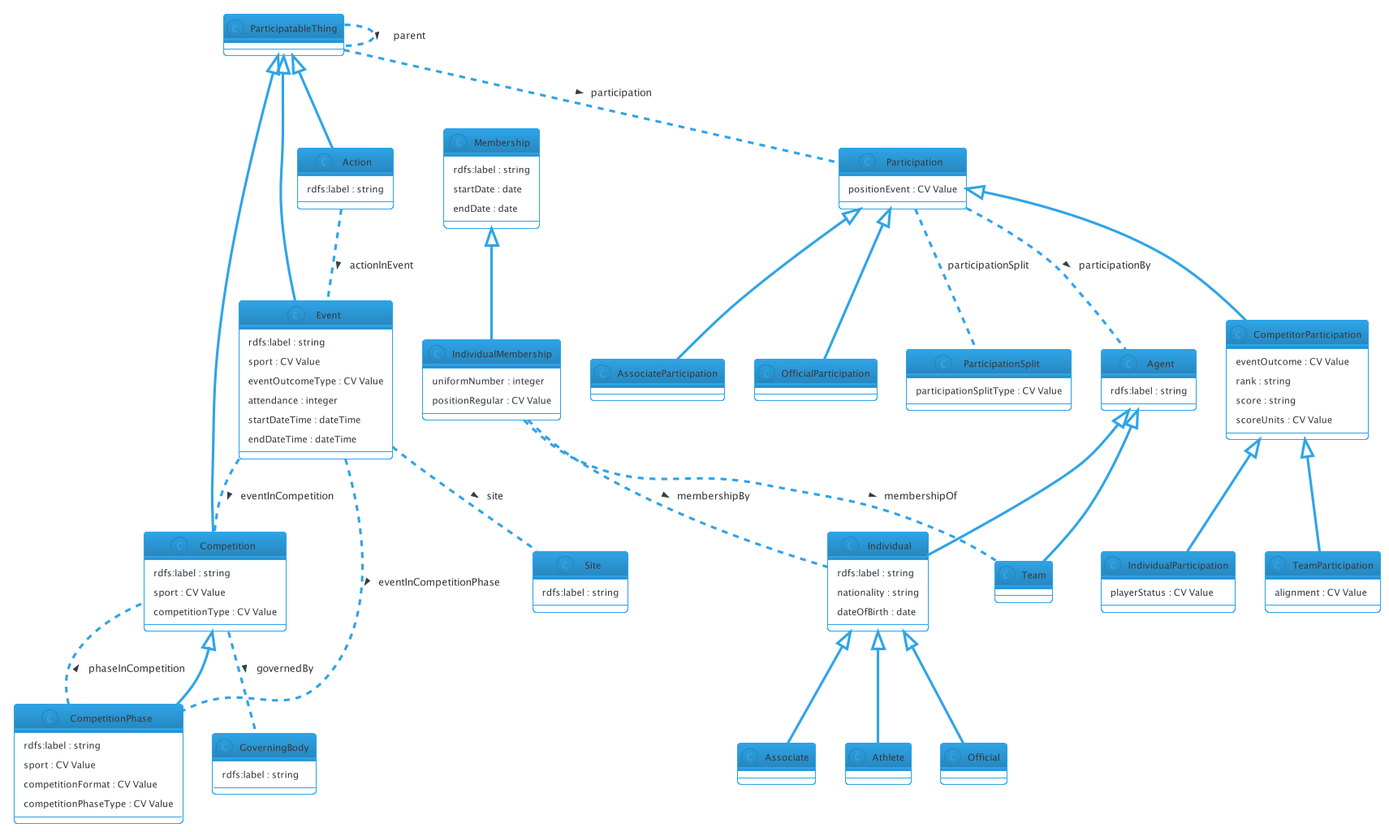
This is docs/diagrams/iptc-sport-model.png from iptc/sport-schema, a PlantUML export, as it was before one commit.
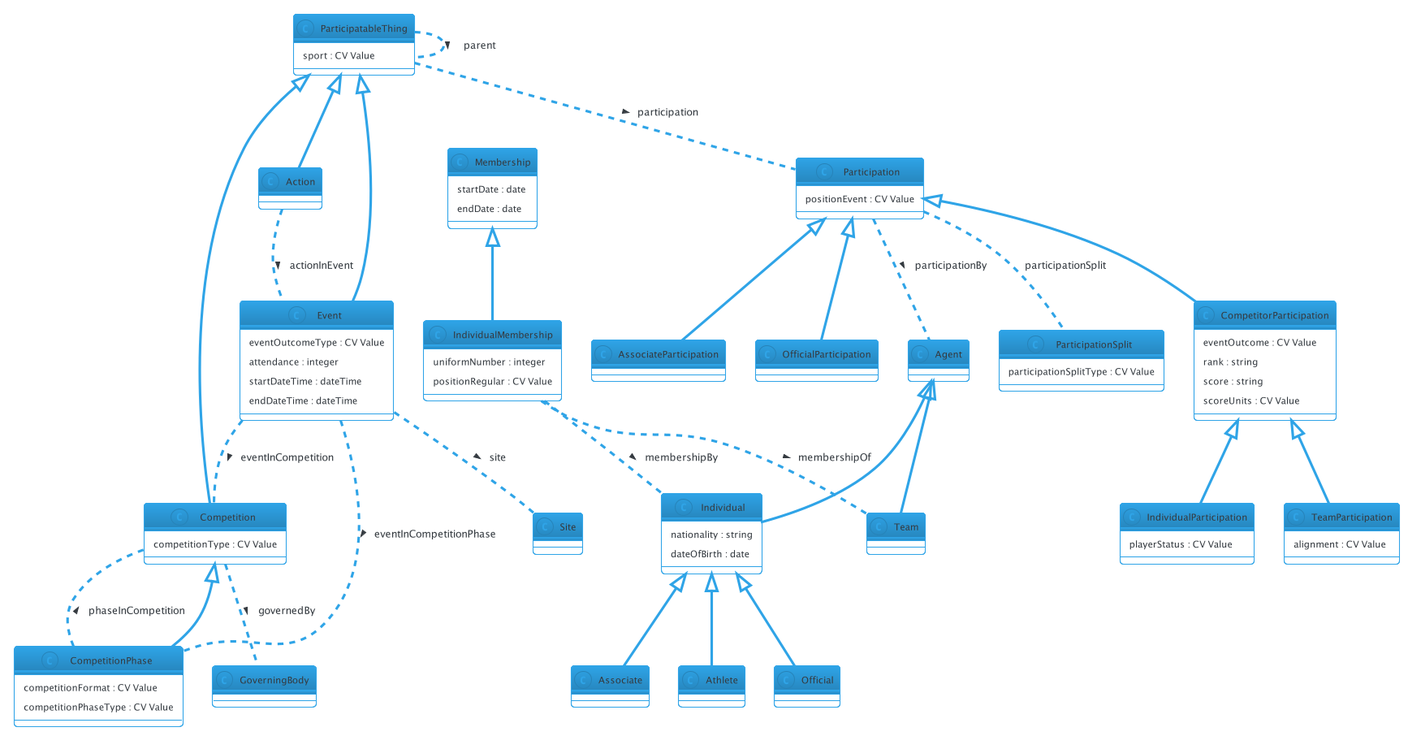
The same diagram one commit later.

Diff of the diagram source:
```diff
@@ -2,27 +2,27 @@
 !theme cerulean-outline
 
 
-class Action {
-  rdfs:label : string
+class ParticipatableThing {
+  sport : CV Value
 }
 
-class Agent {
-  rdfs:label : string
-}
-
-class Associate {
-}
-
-class Athlete {
-}
-
-class ParticipatableThing {
+class Action {
 }
 
 class Competition {
-  rdfs:label : string
-  sport : CV Value
   competitionType : CV Value
+}
+
+class CompetitionPhase {
+  competitionFormat : CV Value
+  competitionPhaseType : CV Value
+}
+
+class Event {
+  eventOutcomeType : CV Value
+  attendance : integer
+  startDateTime : dateTime
+  endDateTime : dateTime
 }
 
 class CompetitorParticipation {
@@ -32,35 +32,31 @@
   scoreUnits : CV Value
 }
 
-class CompetitionPhase {
-  rdfs:label : string
-  sport : CV Value
-  competitionFormat : CV Value
-  competitionPhaseType : CV Value
+class GoverningBody {
 }
 
-class Event {
-  rdfs:label : string
-  sport : CV Value
-  eventOutcomeType : CV Value
-  attendance : integer
-  startDateTime : dateTime
-  endDateTime : dateTime
-}
-
-class GoverningBody {
-  rdfs:label : string
+class Agent {
 }
 
 class Individual {
-  rdfs:label : string
   nationality : string
   dateOfBirth : date
 }
 
-class IndividualMembership {
-  uniformNumber : integer
-  positionRegular : CV Value
+class Associate {
+}
+
+class Athlete {
+}
+
+class Official {
+}
+
+class Team {
+}
+
+class Participation {
+  positionEvent : CV Value
 }
 
 class IndividualParticipation {
@@ -70,35 +66,28 @@
 class AssociateParticipation {
 }
 
-class Membership {
-  rdfs:label : string
-  startDate : date
-  endDate : date
-}
-
-class Official {
-}
-
 class OfficialParticipation {
 }
 
-class Participation {
-  positionEvent : CV Value
+class TeamParticipation {
+  alignment : CV Value
 }
 
 class ParticipationSplit {
   participationSplitType : CV Value
 }
 
-class Site {
-  rdfs:label : string
+class Membership {
+  startDate : date
+  endDate : date
 }
 
-class Team {
+class IndividualMembership {
+  uniformNumber : integer
+  positionRegular : CV Value
 }
 
-class TeamParticipation {
-  alignment : CV Value
+class Site {
 }
 
 
```
